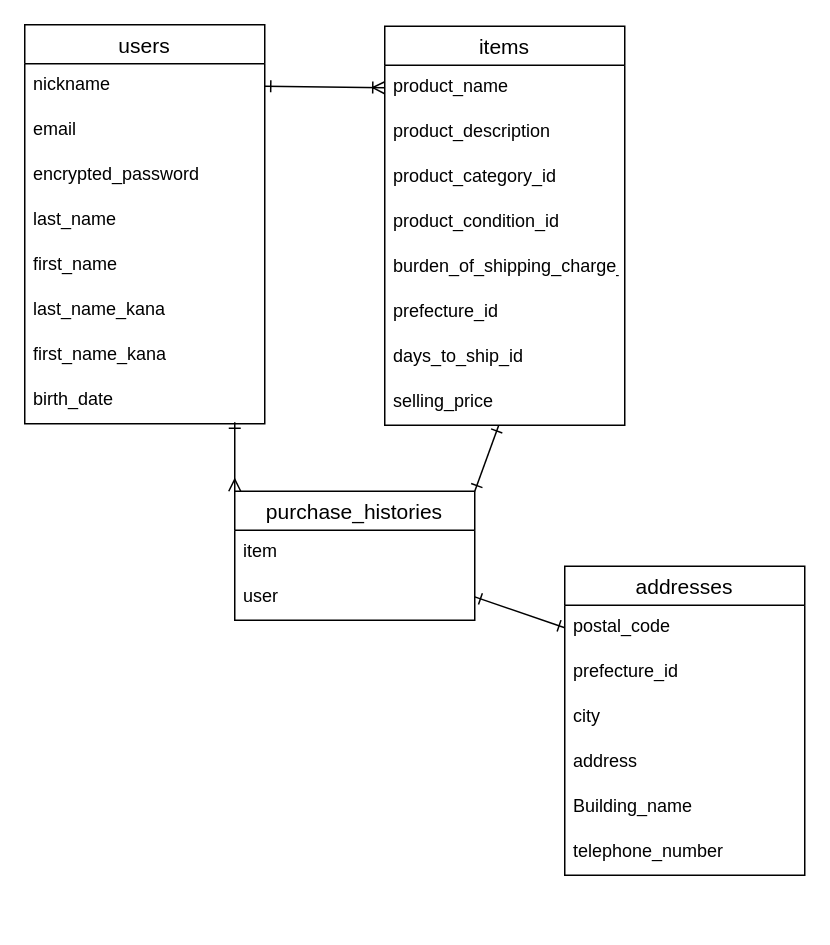
Before: FURIMA-37117.dio in nakayoshi11/furima-37117, a draw.io diagram. Source tidied: cells renumbered, new cells numbered last; positions are measured from the earlier drawing's top-left corner, leaving out a move shared by most shapes. Both pictures are drawn from the tidied source at 150%, with x=0, y=0 at pixel (24, 24).
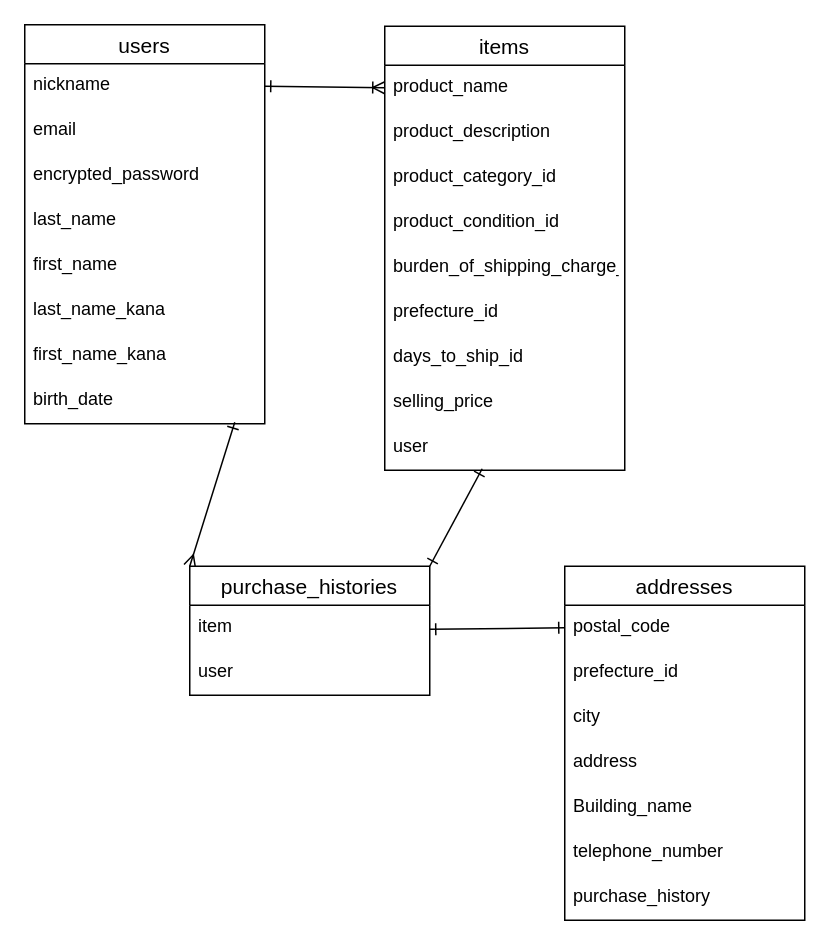
The same page after the edit.

Commit message (it also covers changes not shown here):
データベース設計修正commit5

The change refers to these unchanged cells:
```xml
<mxCell id="10" value="selling_price" style="text;strokeColor=none;fillColor=none;spacingLeft=4;spacingRight=4;overflow=hidden;points=[[0,0.5],[1,0.5]];portConstraint=eastwest;fontSize=12;" parent="2" vertex="1">
  <mxGeometry y="236" width="160" height="30" as="geometry" />
</mxCell>
```

What changed in the source:
```diff
@@
     <mxCell id="2" value="items" style="swimlane;fontStyle=0;horizontal=1;startSize=26;align=center;fontSize=14;" parent="1" vertex="1">
-      <mxGeometry x="240" y="1" width="160" height="266" as="geometry" />
+      <mxGeometry x="240" y="1" width="160" height="296" as="geometry" />
     </mxCell>
@@
+    <mxCell id="34" value="user" style="text;strokeColor=none;fillColor=none;spacingLeft=4;spacingRight=4;overflow=hidden;points=[[0,0.5],[1,0.5]];portConstraint=eastwest;fontSize=12;" parent="2" vertex="1">
+      <mxGeometry y="266" width="160" height="30" as="geometry" />
+    </mxCell>
@@
     <mxCell id="20" value="addresses" style="swimlane;fontStyle=0;horizontal=1;startSize=26;align=center;fontSize=14;" parent="1" vertex="1">
-      <mxGeometry x="360" y="361" width="160" height="206" as="geometry" />
+      <mxGeometry x="360" y="361" width="160" height="236" as="geometry" />
     </mxCell>
@@
+    <mxCell id="35" value="purchase_history" style="text;strokeColor=none;fillColor=none;spacingLeft=4;spacingRight=4;overflow=hidden;fontSize=12;" parent="20" vertex="1">
+      <mxGeometry y="206" width="160" height="30" as="geometry" />
+    </mxCell>
@@
-    <mxCell id="28" style="edgeStyle=none;html=1;exitX=1;exitY=0;exitDx=0;exitDy=0;startArrow=ERone;startFill=0;endArrow=ERone;endFill=0;entryX=0.475;entryY=1;entryDx=0;entryDy=0;entryPerimeter=0;" parent="1" edge="1" source="30" target="10">
+    <mxCell id="28" style="edgeStyle=none;html=1;exitX=1;exitY=0;exitDx=0;exitDy=0;startArrow=ERone;startFill=0;endArrow=ERone;endFill=0;entryX=0.406;entryY=0.967;entryDx=0;entryDy=0;entryPerimeter=0;" parent="1" edge="1" source="30" target="34">
       <mxGeometry relative="1" as="geometry" />
     </mxCell>
@@
     <mxCell id="30" value="purchase_histories" style="swimlane;fontStyle=0;horizontal=1;startSize=26;align=center;fontSize=14;" parent="1" vertex="1">
-      <mxGeometry x="140" y="311" width="160" height="86" as="geometry" />
+      <mxGeometry x="110" y="361" width="160" height="86" as="geometry" />
     </mxCell>
```
